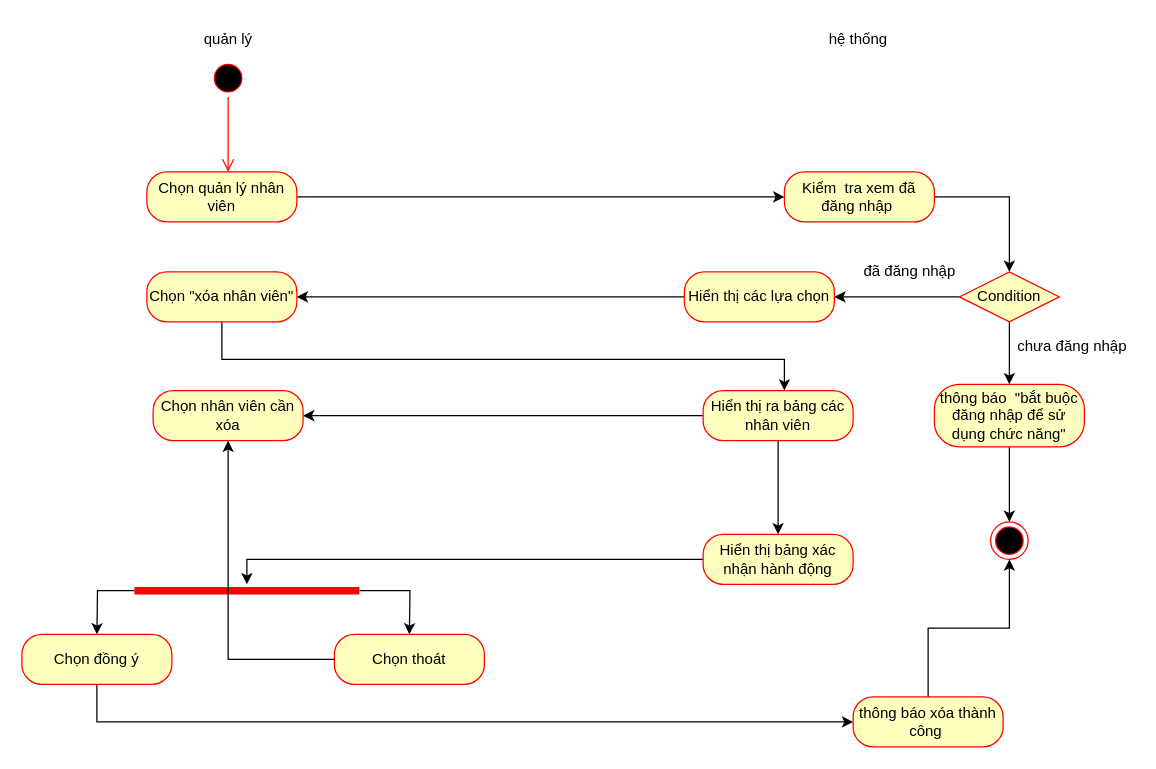
Earlier version of the draw.io diagram page "Page-6" (4 of 16) of Untitled Diagram.drawio (sonha1/aaaa). Source tidied: cells renumbered, new cells numbered last; positions are measured from the earlier drawing's top-left corner, leaving out a move shared by most shapes. Both pictures are drawn from the tidied source at 125%, with x=0, y=0 at pixel (21, 21).
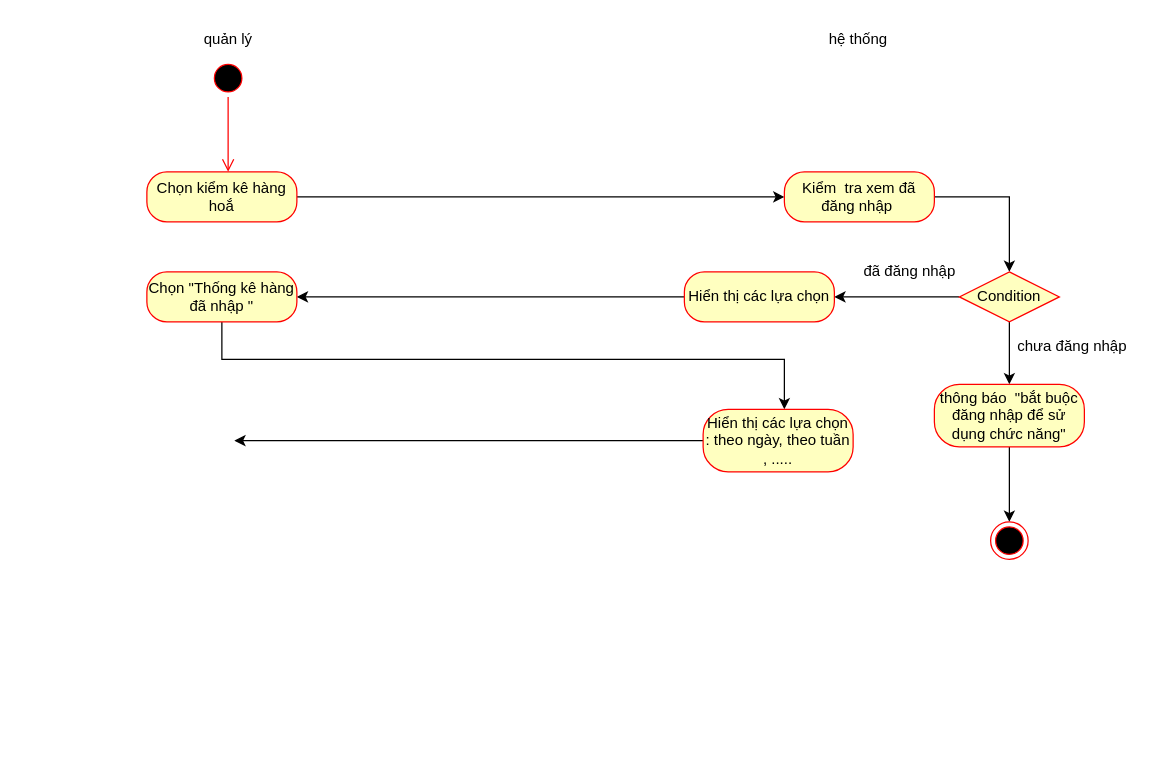
The same page after the edit.

Unchanged cells that the change refers to:
```xml
<mxCell id="25" style="ellipse;html=1;shape=endState;fillColor=#000000;strokeColor=#ff0000;" parent="1" vertex="1">
  <mxGeometry x="775" y="400" width="30" height="30" as="geometry" />
</mxCell>
```

What changed in the source:
```diff
@@
-    <mxCell id="7" value="Chọn quản lý nhân viên" style="rounded=1;whiteSpace=wrap;html=1;arcSize=40;fontColor=#000000;fillColor=#ffffc0;strokeColor=#ff0000;" parent="1" vertex="1">
+    <mxCell id="7" value="Chọn kiểm kê hàng hoắ" style="rounded=1;whiteSpace=wrap;html=1;arcSize=40;fontColor=#000000;fillColor=#ffffc0;strokeColor=#ff0000;" parent="1" vertex="1">
       <mxGeometry x="100" y="120" width="120" height="40" as="geometry" />
     </mxCell>
@@
-    <mxCell id="18" style="edgeStyle=orthogonalEdgeStyle;rounded=0;jettySize=auto;html=1;entryX=0.542;entryY=0;entryDx=0;entryDy=0;entryPerimeter=0;" parent="1" edge="1" source="19" target="22">
+    <mxCell id="18" style="edgeStyle=orthogonalEdgeStyle;rounded=0;jettySize=auto;html=1;entryX=0.542;entryY=0;entryDx=0;entryDy=0;entryPerimeter=0;" parent="1" edge="1" source="19">
       <mxGeometry relative="1" as="geometry">
+        <mxPoint x="610" y="310" as="targetPoint" />
         <Array as="points">
           <mxPoint x="160" y="270" />
           <mxPoint x="610" y="270" />
         </Array>
       </mxGeometry>
     </mxCell>
-    <mxCell id="19" value="Chọn &quot;xóa nhân viên&quot;" style="rounded=1;whiteSpace=wrap;html=1;arcSize=40;fontColor=#000000;fillColor=#ffffc0;strokeColor=#ff0000;" parent="1" vertex="1">
+    <mxCell id="19" value="Chọn &quot;Thống kê hàng đã nhập &quot;" style="rounded=1;whiteSpace=wrap;html=1;arcSize=40;fontColor=#000000;fillColor=#ffffc0;strokeColor=#ff0000;" parent="1" vertex="1">
       <mxGeometry x="100" y="200" width="120" height="40" as="geometry" />
     </mxCell>
-    <mxCell id="20" style="edgeStyle=orthogonalEdgeStyle;rounded=0;jettySize=auto;html=1;entryX=1;entryY=0.5;entryDx=0;entryDy=0;" parent="1" edge="1" source="22" target="23">
-      <mxGeometry relative="1" as="geometry" />
-    </mxCell>
-    <mxCell id="21" style="edgeStyle=orthogonalEdgeStyle;rounded=0;jettySize=auto;html=1;entryX=0.5;entryY=0;entryDx=0;entryDy=0;" parent="1" edge="1" source="22" target="27">
-      <mxGeometry relative="1" as="geometry" />
-    </mxCell>
-    <mxCell id="22" value="Hiển thị ra bảng các nhân viên" style="rounded=1;whiteSpace=wrap;html=1;arcSize=40;fontColor=#000000;fillColor=#ffffc0;strokeColor=#ff0000;" parent="1" vertex="1">
-      <mxGeometry x="545" y="295" width="120" height="40" as="geometry" />
-    </mxCell>
-    <mxCell id="23" value="Chọn nhân viên cần xóa" style="rounded=1;whiteSpace=wrap;html=1;arcSize=40;fontColor=#000000;fillColor=#ffffc0;strokeColor=#ff0000;" parent="1" vertex="1">
-      <mxGeometry x="105" y="295" width="120" height="40" as="geometry" />
-    </mxCell>
@@
-    <mxCell id="26" style="edgeStyle=orthogonalEdgeStyle;rounded=0;jettySize=auto;html=1;" parent="1" edge="1" source="27" target="30">
-      <mxGeometry relative="1" as="geometry">
-        <Array as="points">
-          <mxPoint x="180" y="430" />
-        </Array>
-      </mxGeometry>
-    </mxCell>
-    <mxCell id="27" value="Hiển thị bảng xác nhận hành động" style="rounded=1;whiteSpace=wrap;html=1;arcSize=40;fontColor=#000000;fillColor=#ffffc0;strokeColor=#ff0000;" parent="1" vertex="1">
-      <mxGeometry x="545" y="410" width="120" height="40" as="geometry" />
-    </mxCell>
-    <mxCell id="28" style="edgeStyle=orthogonalEdgeStyle;rounded=0;jettySize=auto;html=1;" parent="1" edge="1" source="30">
-      <mxGeometry relative="1" as="geometry">
-        <mxPoint x="310" y="490" as="targetPoint" />
-      </mxGeometry>
-    </mxCell>
-    <mxCell id="29" style="edgeStyle=orthogonalEdgeStyle;rounded=0;jettySize=auto;html=1;" parent="1" edge="1" source="30">
-      <mxGeometry relative="1" as="geometry">
-        <mxPoint x="60" y="490" as="targetPoint" />
-      </mxGeometry>
-    </mxCell>
-    <mxCell id="30" style="shape=line;html=1;strokeWidth=6;strokeColor=#ff0000;" parent="1" vertex="1">
-      <mxGeometry x="90" y="450" width="180" height="10" as="geometry" />
-    </mxCell>
-    <mxCell id="31" style="edgeStyle=orthogonalEdgeStyle;rounded=0;jettySize=auto;html=1;entryX=0;entryY=0.5;entryDx=0;entryDy=0;" parent="1" edge="1" source="32" target="36">
-      <mxGeometry relative="1" as="geometry">
-        <Array as="points">
-          <mxPoint x="60" y="560" />
-        </Array>
-      </mxGeometry>
-    </mxCell>
-    <mxCell id="32" value="Chọn đồng ý" style="rounded=1;whiteSpace=wrap;html=1;arcSize=40;fontColor=#000000;fillColor=#ffffc0;strokeColor=#ff0000;" parent="1" vertex="1">
-      <mxGeometry y="490" width="120" height="40" as="geometry" />
-    </mxCell>
-    <mxCell id="33" style="edgeStyle=orthogonalEdgeStyle;rounded=0;jettySize=auto;html=1;entryX=0.5;entryY=1;entryDx=0;entryDy=0;" parent="1" edge="1" source="34" target="23">
-      <mxGeometry relative="1" as="geometry">
-        <Array as="points">
-          <mxPoint x="165" y="510" />
-        </Array>
-      </mxGeometry>
-    </mxCell>
-    <mxCell id="34" value="Chọn thoát" style="rounded=1;whiteSpace=wrap;html=1;arcSize=40;fontColor=#000000;fillColor=#ffffc0;strokeColor=#ff0000;" parent="1" vertex="1">
-      <mxGeometry x="250" y="490" width="120" height="40" as="geometry" />
-    </mxCell>
-    <mxCell id="35" style="edgeStyle=orthogonalEdgeStyle;rounded=0;jettySize=auto;html=1;" parent="1" edge="1" source="36" target="25">
-      <mxGeometry relative="1" as="geometry" />
-    </mxCell>
-    <mxCell id="36" value="thông báo xóa thành công&amp;nbsp;" style="rounded=1;whiteSpace=wrap;html=1;arcSize=40;fontColor=#000000;fillColor=#ffffc0;strokeColor=#ff0000;" parent="1" vertex="1">
-      <mxGeometry x="665" y="540" width="120" height="40" as="geometry" />
-    </mxCell>
+    <mxCell id="37" style="edgeStyle=orthogonalEdgeStyle;rounded=0;jettySize=auto;html=1;" parent="1" edge="1" source="38">
+      <mxGeometry relative="1" as="geometry">
+        <mxPoint x="170" y="335" as="targetPoint" />
+      </mxGeometry>
+    </mxCell>
+    <mxCell id="38" value="Hiển thị các lựa chọn : theo ngày, theo tuần , ....." style="rounded=1;whiteSpace=wrap;html=1;arcSize=40;fontColor=#000000;fillColor=#ffffc0;strokeColor=#ff0000;" parent="1" vertex="1">
+      <mxGeometry x="545" y="310" width="120" height="50" as="geometry" />
+    </mxCell>
```
